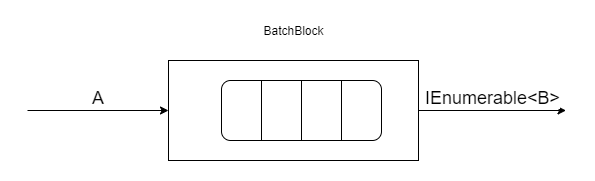
The draw.io diagram tpl-dataflow/presentation/slides/images/block-batchblock.png in kstastny/Talks, before a commit. Source tidied: cells renumbered, new cells last; positions are measured from the earlier drawing's top-left corner, leaving out a move shared by most shapes. Its diagram source:
```xml
<mxGraphModel>
  <root>
    <mxCell id="0" />
    <mxCell id="1" parent="0" />
    <mxCell id="2" style="rounded=0;whiteSpace=wrap;html=1;" parent="1" vertex="1">
      <mxGeometry x="141" y="40" width="250" height="100" as="geometry" />
    </mxCell>
    <mxCell id="3" value="&lt;font style=&quot;font-size: 18px&quot;&gt;A&lt;/font&gt;" style="endArrow=classic;html=1;entryX=0;entryY=0.5;entryDx=0;entryDy=0;verticalAlign=bottom;" parent="1" edge="1" target="2">
      <mxGeometry relative="1" as="geometry">
        <mxPoint y="90" as="sourcePoint" />
      </mxGeometry>
    </mxCell>
    <mxCell id="4" value="&lt;font style=&quot;font-size: 18px&quot;&gt;IEnumerable&amp;lt;B&amp;gt;&lt;/font&gt;" style="endArrow=classic;html=1;exitX=1;exitY=0.5;exitDx=0;exitDy=0;verticalAlign=bottom;" parent="1" edge="1" source="2">
      <mxGeometry relative="1" as="geometry">
        <mxPoint x="538.5" y="90" as="targetPoint" />
      </mxGeometry>
    </mxCell>
    <mxCell id="5" value="BatchBlock" style="text;html=1;strokeColor=none;fillColor=none;align=center;verticalAlign=middle;whiteSpace=wrap;rounded=0;" parent="1" vertex="1">
      <mxGeometry x="246" width="40" height="20" as="geometry" />
    </mxCell>
    <mxCell id="6" style="group;verticalAlign=bottom;" parent="1" vertex="1">
      <mxGeometry x="194" y="60" width="160" height="60" as="geometry" />
    </mxCell>
    <mxCell id="7" style="rounded=1;whiteSpace=wrap;html=1;" parent="6" vertex="1">
      <mxGeometry width="160" height="60" as="geometry" />
    </mxCell>
    <mxCell id="8" style="endArrow=none;html=1;entryX=0.25;entryY=0;entryDx=0;entryDy=0;exitX=0.25;exitY=1;exitDx=0;exitDy=0;" parent="6" edge="1" source="7" target="7">
      <mxGeometry relative="1" as="geometry" />
    </mxCell>
    <mxCell id="9" style="endArrow=none;html=1;entryX=0.25;entryY=0;entryDx=0;entryDy=0;exitX=0.25;exitY=1;exitDx=0;exitDy=0;" parent="6" edge="1">
      <mxGeometry relative="1" as="geometry">
        <mxPoint x="80" y="60" as="sourcePoint" />
        <mxPoint x="80" as="targetPoint" />
      </mxGeometry>
    </mxCell>
    <mxCell id="10" style="endArrow=none;html=1;entryX=0.25;entryY=0;entryDx=0;entryDy=0;exitX=0.25;exitY=1;exitDx=0;exitDy=0;" parent="6" edge="1">
      <mxGeometry relative="1" as="geometry">
        <mxPoint x="120" y="60" as="sourcePoint" />
        <mxPoint x="120" as="targetPoint" />
      </mxGeometry>
    </mxCell>
  </root>
</mxGraphModel>
```
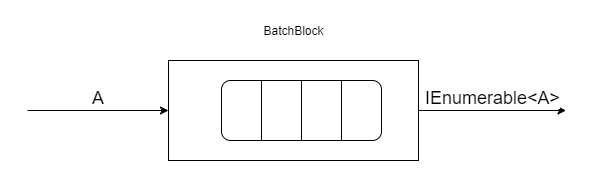
After the commit.

The edit, as a diff of the source:
```diff
@@ -10,7 +10,7 @@
         <mxPoint y="90" as="sourcePoint" />
       </mxGeometry>
     </mxCell>
-    <mxCell id="4" value="&lt;font style=&quot;font-size: 18px&quot;&gt;IEnumerable&amp;lt;B&amp;gt;&lt;/font&gt;" style="endArrow=classic;html=1;exitX=1;exitY=0.5;exitDx=0;exitDy=0;verticalAlign=bottom;" parent="1" edge="1" source="2">
+    <mxCell id="4" value="&lt;font style=&quot;font-size: 18px&quot;&gt;IEnumerable&amp;lt;A&amp;gt;&lt;/font&gt;" style="endArrow=classic;html=1;exitX=1;exitY=0.5;exitDx=0;exitDy=0;verticalAlign=bottom;" parent="1" edge="1" source="2">
       <mxGeometry relative="1" as="geometry">
         <mxPoint x="538.5" y="90" as="targetPoint" />
       </mxGeometry>
```
